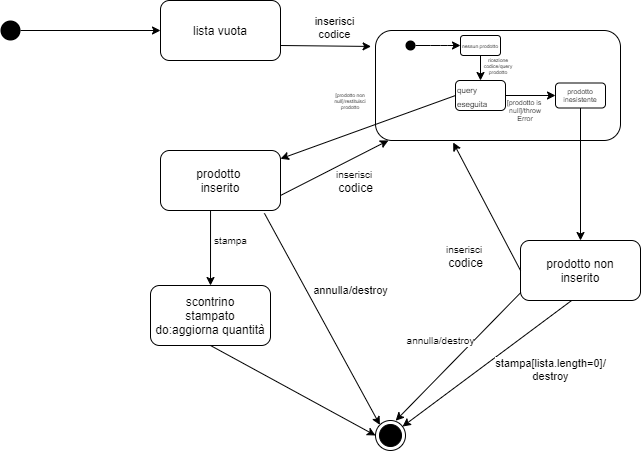
Earlier version of the draw.io export stato/state2.png (Ciro-Fusco/NewDM). Source tidied: cells renumbered, new cells last; positions are measured from the earlier drawing's top-left corner, leaving out a move shared by most shapes.
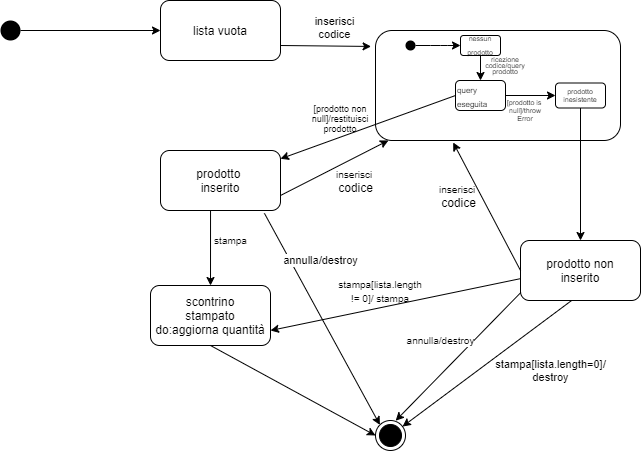
After the change.

What changed in the source:
```diff
@@ -2,6 +2,9 @@
   <root>
     <mxCell id="0" />
     <mxCell id="1" parent="0" />
+    <mxCell id="33" value="&lt;font style=&quot;font-size: 10px&quot;&gt;stampa[lista.length != 0]/ stampa&lt;/font&gt;" style="text;html=1;strokeColor=none;fillColor=none;align=center;verticalAlign=middle;whiteSpace=wrap;rounded=0;" parent="1" vertex="1">
+      <mxGeometry x="360" y="280" width="40" height="20" as="geometry" />
+    </mxCell>
     <mxCell id="2" style="rounded=1;whiteSpace=wrap;html=1;fillColor=none;" parent="1" vertex="1">
       <mxGeometry x="375" y="30" width="245" height="110" as="geometry" />
     </mxCell>
@@ -27,7 +30,7 @@
       <mxGeometry x="-0.44" y="43" relative="1" as="geometry" />
     </mxCell>
     <mxCell id="10" value="annulla/destroy" style="endArrow=classic;html=1;exitX=0.866;exitY=1.047;exitDx=0;exitDy=0;entryX=0;entryY=0;entryDx=0;entryDy=0;exitPerimeter=0;" parent="1" edge="1" source="6" target="11">
-      <mxGeometry x="-0.1" y="39" relative="1" as="geometry" />
+      <mxGeometry x="-0.43" y="27" relative="1" as="geometry" />
     </mxCell>
     <mxCell id="11" style="ellipse;html=1;shape=endState;fillColor=#000000;strokeColor=#000000;" parent="1" vertex="1">
       <mxGeometry x="375" y="420" width="30" height="30" as="geometry" />
@@ -48,7 +51,7 @@
     <mxCell id="15" style="rounded=1;whiteSpace=wrap;html=1;fillColor=none;" parent="1" vertex="1">
       <mxGeometry x="460" y="35" width="40" height="20" as="geometry" />
     </mxCell>
-    <mxCell id="16" value="&lt;font style=&quot;font-size: 5px&quot;&gt;nessun prodotto&lt;/font&gt;" style="text;html=1;strokeColor=none;fillColor=none;align=center;verticalAlign=middle;whiteSpace=wrap;rounded=0;" parent="1" vertex="1">
+    <mxCell id="16" value="&lt;font style=&quot;font-size: 7px&quot;&gt;nessun prodotto&lt;/font&gt;" style="text;html=1;strokeColor=none;fillColor=none;align=center;verticalAlign=middle;whiteSpace=wrap;rounded=0;" parent="1" vertex="1">
       <mxGeometry x="460" y="40" width="40" height="5" as="geometry" />
     </mxCell>
     <mxCell id="17" style="endArrow=classic;html=1;exitX=0.5;exitY=1;exitDx=0;exitDy=0;entryX=0.5;entryY=0;entryDx=0;entryDy=0;" parent="1" edge="1" source="15" target="18">
@@ -57,8 +60,8 @@
     <mxCell id="18" value="&lt;font style=&quot;font-size: 8px&quot;&gt;query eseguita&lt;/font&gt;" style="rounded=1;whiteSpace=wrap;html=1;fillColor=none;align=left;" parent="1" vertex="1">
       <mxGeometry x="455" y="80" width="50" height="30" as="geometry" />
     </mxCell>
-    <mxCell id="19" value="&lt;font style=&quot;line-height: 10% ; font-size: 5px&quot;&gt;ricezione codice/query prodotto&lt;/font&gt;" style="text;html=1;strokeColor=none;fillColor=none;align=center;verticalAlign=middle;whiteSpace=wrap;rounded=0;spacing=0;fontSize=5;" parent="1" vertex="1">
-      <mxGeometry x="482.5" y="55" width="30" height="20" as="geometry" />
+    <mxCell id="19" value="&lt;font style=&quot;line-height: 10% ; font-size: 7px&quot;&gt;ricezione codice/query prodotto&lt;/font&gt;" style="text;html=1;strokeColor=none;fillColor=none;align=center;verticalAlign=middle;whiteSpace=wrap;rounded=0;spacing=0;fontSize=5;" parent="1" vertex="1">
+      <mxGeometry x="490" y="55" width="30" height="20" as="geometry" />
     </mxCell>
     <mxCell id="20" style="endArrow=classic;html=1;fontSize=3;exitX=0;exitY=0.5;exitDx=0;exitDy=0;" parent="1" edge="1" source="18" target="6">
       <mxGeometry relative="1" as="geometry" />
@@ -69,8 +72,8 @@
     <mxCell id="22" value="&lt;font style=&quot;font-size: 7px&quot;&gt;prodotto inesistente&lt;/font&gt;" style="rounded=1;whiteSpace=wrap;html=1;fillColor=none;fontSize=3;" parent="1" vertex="1">
       <mxGeometry x="555" y="82.5" width="50" height="25" as="geometry" />
     </mxCell>
-    <mxCell id="23" value="&lt;font style=&quot;font-size: 5px&quot;&gt;[prodotto non null]/restituisci prodotto&lt;/font&gt;" style="text;html=1;strokeColor=none;fillColor=none;align=center;verticalAlign=middle;whiteSpace=wrap;rounded=0;fontSize=3;" parent="1" vertex="1">
-      <mxGeometry x="330" y="90" width="40" height="20" as="geometry" />
+    <mxCell id="23" value="&lt;font style=&quot;font-size: 9px&quot;&gt;[prodotto non null]/restituisci prodotto&lt;/font&gt;" style="text;html=1;strokeColor=none;fillColor=none;align=center;verticalAlign=middle;whiteSpace=wrap;rounded=0;fontSize=3;" parent="1" vertex="1">
+      <mxGeometry x="320" y="107.5" width="40" height="20" as="geometry" />
     </mxCell>
     <mxCell id="24" value="&lt;font style=&quot;font-size: 7px&quot;&gt;[prodotto is&amp;nbsp; null]/throw Error&lt;/font&gt;" style="text;html=1;strokeColor=none;fillColor=none;align=center;verticalAlign=middle;whiteSpace=wrap;rounded=0;fontSize=3;" parent="1" vertex="1">
       <mxGeometry x="505" y="100" width="40" height="20" as="geometry" />
@@ -85,7 +88,7 @@
       <mxGeometry relative="1" as="geometry" />
     </mxCell>
     <mxCell id="28" value="&lt;font size=&quot;1&quot;&gt;inserisci&amp;nbsp;&lt;br&gt;&lt;/font&gt;codice" style="text;html=1;align=center;verticalAlign=middle;" parent="1" vertex="1">
-      <mxGeometry x="440" y="240" width="50" height="30" as="geometry" />
+      <mxGeometry x="432.5" y="180" width="50" height="30" as="geometry" />
     </mxCell>
     <mxCell id="29" value="&lt;font size=&quot;1&quot;&gt;annulla/destroy&lt;/font&gt;" style="endArrow=classic;html=1;fontSize=3;entryX=0.672;entryY=0.007;entryDx=0;entryDy=0;entryPerimeter=0;exitX=0.003;exitY=0.866;exitDx=0;exitDy=0;exitPerimeter=0;" parent="1" edge="1" source="26" target="11">
       <mxGeometry x="0.01" y="-24" relative="1" as="geometry" />
@@ -101,5 +104,8 @@
         <mxPoint x="375" y="435" as="targetPoint" />
       </mxGeometry>
     </mxCell>
+    <mxCell id="34" style="endArrow=classic;html=1;exitX=-0.003;exitY=0.637;exitDx=0;exitDy=0;exitPerimeter=0;entryX=1;entryY=0.75;entryDx=0;entryDy=0;" parent="1" edge="1" source="26" target="31">
+      <mxGeometry relative="1" as="geometry" />
+    </mxCell>
   </root>
 </mxGraphModel>
```
